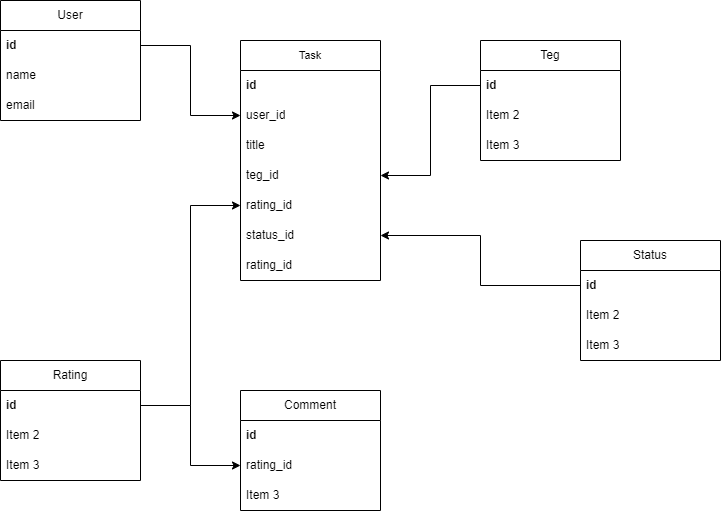
dmitrijgashuk/Task_Manager keeps this draw.io diagram as db_schema.drawio.png. Above is the earlier version. Source tidied: cells renumbered, new cells last; positions are measured from the earlier drawing's top-left corner, leaving out a move shared by most shapes.
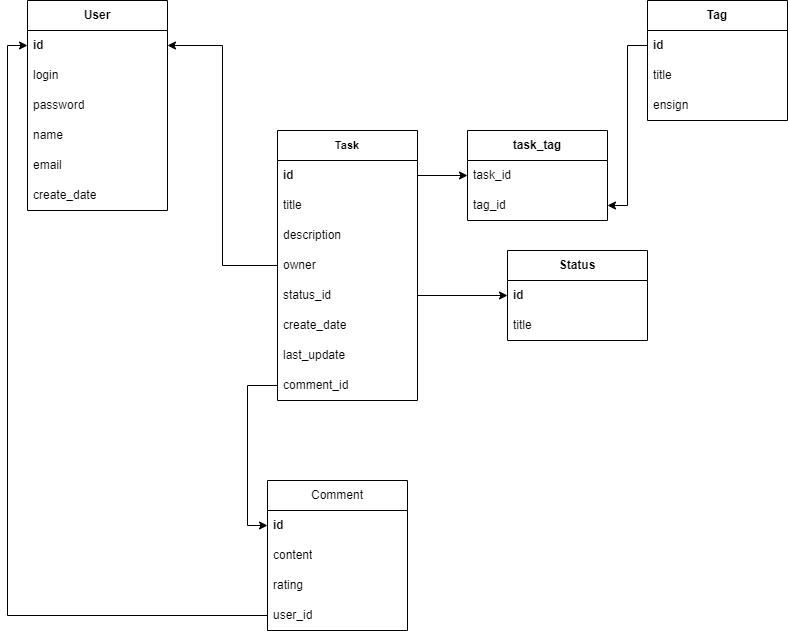
Above is the later version.

Diff of the diagram source:
```diff
@@ -2,104 +2,116 @@
   <root>
     <mxCell id="0" />
     <mxCell id="1" parent="0" />
-    <mxCell id="2" value="User" style="swimlane;fontStyle=0;horizontal=1;startSize=30;whiteSpace=wrap;html=1;" parent="1" vertex="1">
-      <mxGeometry width="140" height="120" as="geometry" />
+    <mxCell id="2" value="User" style="swimlane;fontStyle=1;horizontal=1;startSize=30;whiteSpace=wrap;html=1;" parent="1" vertex="1">
+      <mxGeometry x="-40" y="-40" width="140" height="210" as="geometry" />
     </mxCell>
     <mxCell id="3" value="id" style="text;strokeColor=none;fillColor=none;align=left;verticalAlign=middle;spacingLeft=4;spacingRight=4;overflow=hidden;points=[[0,0.5],[1,0.5]];portConstraint=eastwest;whiteSpace=wrap;html=1;fontStyle=1;" parent="2" vertex="1">
       <mxGeometry y="30" width="140" height="30" as="geometry" />
     </mxCell>
+    <mxCell id="5" value="login" style="text;strokeColor=none;fillColor=none;align=left;verticalAlign=middle;spacingLeft=4;spacingRight=4;overflow=hidden;whiteSpace=wrap;html=1;" parent="2" vertex="1">
+      <mxGeometry y="60" width="140" height="30" as="geometry" />
+    </mxCell>
+    <mxCell id="35" value="password" style="text;strokeColor=none;fillColor=none;align=left;verticalAlign=middle;spacingLeft=4;spacingRight=4;overflow=hidden;whiteSpace=wrap;html=1;" parent="2" vertex="1">
+      <mxGeometry y="90" width="140" height="30" as="geometry" />
+    </mxCell>
     <mxCell id="4" value="name" style="text;strokeColor=none;fillColor=none;align=left;verticalAlign=middle;spacingLeft=4;spacingRight=4;overflow=hidden;whiteSpace=wrap;html=1;" parent="2" vertex="1">
-      <mxGeometry y="60" width="140" height="30" as="geometry" />
+      <mxGeometry y="120" width="140" height="30" as="geometry" />
     </mxCell>
-    <mxCell id="5" value="email" style="text;strokeColor=none;fillColor=none;align=left;verticalAlign=middle;spacingLeft=4;spacingRight=4;overflow=hidden;whiteSpace=wrap;html=1;" parent="2" vertex="1">
-      <mxGeometry y="90" width="140" height="30" as="geometry" />
-    </mxCell>
+    <mxCell id="36" value="email" style="text;strokeColor=none;fillColor=none;align=left;verticalAlign=middle;spacingLeft=4;spacingRight=4;overflow=hidden;whiteSpace=wrap;html=1;" parent="2" vertex="1">
+      <mxGeometry y="150" width="140" height="30" as="geometry" />
+    </mxCell>
+    <mxCell id="37" value="create_date" style="text;strokeColor=none;fillColor=none;align=left;verticalAlign=middle;spacingLeft=4;spacingRight=4;overflow=hidden;whiteSpace=wrap;html=1;" parent="2" vertex="1">
+      <mxGeometry y="180" width="140" height="30" as="geometry" />
+    </mxCell>
-    <mxCell id="6" value="Task" style="swimlane;fontStyle=0;horizontal=1;startSize=30;whiteSpace=wrap;html=1;fontSize=11;" parent="1" vertex="1">
-      <mxGeometry x="240" y="40" width="140" height="240" as="geometry" />
+    <mxCell id="6" value="Task" style="swimlane;fontStyle=1;horizontal=1;startSize=30;whiteSpace=wrap;html=1;fontSize=11;" parent="1" vertex="1">
+      <mxGeometry x="210" y="90" width="140" height="270" as="geometry" />
     </mxCell>
     <mxCell id="7" value="id" style="text;strokeColor=none;fillColor=none;align=left;verticalAlign=middle;spacingLeft=4;spacingRight=4;overflow=hidden;points=[[0,0.5],[1,0.5]];portConstraint=eastwest;whiteSpace=wrap;html=1;fontStyle=1;" parent="6" vertex="1">
       <mxGeometry y="30" width="140" height="30" as="geometry" />
     </mxCell>
-    <mxCell id="8" value="user_id" style="text;strokeColor=none;fillColor=none;align=left;verticalAlign=middle;spacingLeft=4;spacingRight=4;overflow=hidden;points=[[0,0.5],[1,0.5]];portConstraint=eastwest;whiteSpace=wrap;html=1;" parent="6" vertex="1">
-      <mxGeometry y="60" width="140" height="30" as="geometry" />
-    </mxCell>
     <mxCell id="9" value="title" style="text;strokeColor=none;fillColor=none;align=left;verticalAlign=middle;spacingLeft=4;spacingRight=4;overflow=hidden;whiteSpace=wrap;html=1;" parent="6" vertex="1">
-      <mxGeometry y="90" width="140" height="30" as="geometry" />
+      <mxGeometry y="60" width="140" height="30" as="geometry" />
     </mxCell>
-    <mxCell id="10" value="teg_id" style="text;strokeColor=none;fillColor=none;align=left;verticalAlign=middle;spacingLeft=4;spacingRight=4;overflow=hidden;points=[[0,0.5],[1,0.5]];portConstraint=eastwest;whiteSpace=wrap;html=1;" parent="6" vertex="1">
-      <mxGeometry y="120" width="140" height="30" as="geometry" />
-    </mxCell>
+    <mxCell id="38" value="description" style="text;strokeColor=none;fillColor=none;align=left;verticalAlign=middle;spacingLeft=4;spacingRight=4;overflow=hidden;whiteSpace=wrap;html=1;" parent="6" vertex="1">
+      <mxGeometry y="90" width="140" height="30" as="geometry" />
+    </mxCell>
-    <mxCell id="11" value="rating_id" style="text;strokeColor=none;fillColor=none;align=left;verticalAlign=middle;spacingLeft=4;spacingRight=4;overflow=hidden;points=[[0,0.5],[1,0.5]];portConstraint=eastwest;whiteSpace=wrap;html=1;" parent="6" vertex="1">
-      <mxGeometry y="150" width="140" height="30" as="geometry" />
+    <mxCell id="11" value="owner" style="text;strokeColor=none;fillColor=none;align=left;verticalAlign=middle;spacingLeft=4;spacingRight=4;overflow=hidden;points=[[0,0.5],[1,0.5]];portConstraint=eastwest;whiteSpace=wrap;html=1;" parent="6" vertex="1">
+      <mxGeometry y="120" width="140" height="30" as="geometry" />
     </mxCell>
     <mxCell id="12" value="status_id" style="text;strokeColor=none;fillColor=none;align=left;verticalAlign=middle;spacingLeft=4;spacingRight=4;overflow=hidden;points=[[0,0.5],[1,0.5]];portConstraint=eastwest;whiteSpace=wrap;html=1;" parent="6" vertex="1">
-      <mxGeometry y="180" width="140" height="30" as="geometry" />
+      <mxGeometry y="150" width="140" height="30" as="geometry" />
     </mxCell>
-    <mxCell id="13" value="rating_id" style="text;strokeColor=none;fillColor=none;align=left;verticalAlign=middle;spacingLeft=4;spacingRight=4;overflow=hidden;whiteSpace=wrap;html=1;" parent="6" vertex="1">
-      <mxGeometry y="210" width="140" height="30" as="geometry" />
-    </mxCell>
+    <mxCell id="10" value="create_date" style="text;strokeColor=none;fillColor=none;align=left;verticalAlign=middle;spacingLeft=4;spacingRight=4;overflow=hidden;points=[[0,0.5],[1,0.5]];portConstraint=eastwest;whiteSpace=wrap;html=1;" parent="6" vertex="1">
+      <mxGeometry y="180" width="140" height="30" as="geometry" />
+    </mxCell>
+    <mxCell id="39" value="last_update" style="text;strokeColor=none;fillColor=none;align=left;verticalAlign=middle;spacingLeft=4;spacingRight=4;overflow=hidden;whiteSpace=wrap;html=1;" parent="6" vertex="1">
+      <mxGeometry y="210" width="140" height="30" as="geometry" />
+    </mxCell>
+    <mxCell id="40" value="comment_id" style="text;strokeColor=none;fillColor=none;align=left;verticalAlign=middle;spacingLeft=4;spacingRight=4;overflow=hidden;points=[[0,0.5],[1,0.5]];portConstraint=eastwest;whiteSpace=wrap;html=1;" parent="6" vertex="1">
+      <mxGeometry y="240" width="140" height="30" as="geometry" />
+    </mxCell>
     <mxCell id="14" value="Comment" style="swimlane;fontStyle=0;horizontal=1;startSize=30;whiteSpace=wrap;html=1;" parent="1" vertex="1">
-      <mxGeometry x="240" y="390" width="140" height="120" as="geometry" />
+      <mxGeometry x="200" y="440" width="140" height="150" as="geometry" />
     </mxCell>
     <mxCell id="15" value="id" style="text;strokeColor=none;fillColor=none;align=left;verticalAlign=middle;spacingLeft=4;spacingRight=4;overflow=hidden;points=[[0,0.5],[1,0.5]];portConstraint=eastwest;whiteSpace=wrap;html=1;fontStyle=1;" parent="14" vertex="1">
       <mxGeometry y="30" width="140" height="30" as="geometry" />
     </mxCell>
-    <mxCell id="16" value="rating_id" style="text;strokeColor=none;fillColor=none;align=left;verticalAlign=middle;spacingLeft=4;spacingRight=4;overflow=hidden;points=[[0,0.5],[1,0.5]];portConstraint=eastwest;whiteSpace=wrap;html=1;" parent="14" vertex="1">
-      <mxGeometry y="60" width="140" height="30" as="geometry" />
-    </mxCell>
+    <mxCell id="41" value="content" style="text;strokeColor=none;fillColor=none;align=left;verticalAlign=middle;spacingLeft=4;spacingRight=4;overflow=hidden;whiteSpace=wrap;html=1;" parent="14" vertex="1">
+      <mxGeometry y="60" width="140" height="30" as="geometry" />
+    </mxCell>
-    <mxCell id="17" value="Item 3" style="text;strokeColor=none;fillColor=none;align=left;verticalAlign=middle;spacingLeft=4;spacingRight=4;overflow=hidden;whiteSpace=wrap;html=1;" parent="14" vertex="1">
+    <mxCell id="17" value="rating" style="text;strokeColor=none;fillColor=none;align=left;verticalAlign=middle;spacingLeft=4;spacingRight=4;overflow=hidden;whiteSpace=wrap;html=1;" parent="14" vertex="1">
       <mxGeometry y="90" width="140" height="30" as="geometry" />
     </mxCell>
+    <mxCell id="8" value="user_id" style="text;strokeColor=none;fillColor=none;align=left;verticalAlign=middle;spacingLeft=4;spacingRight=4;overflow=hidden;points=[[0,0.5],[1,0.5]];portConstraint=eastwest;whiteSpace=wrap;html=1;" parent="14" vertex="1">
+      <mxGeometry y="120" width="140" height="30" as="geometry" />
+    </mxCell>
-    <mxCell id="18" value="Teg" style="swimlane;fontStyle=0;horizontal=1;startSize=30;whiteSpace=wrap;html=1;" parent="1" vertex="1">
-      <mxGeometry x="480" y="40" width="140" height="120" as="geometry" />
+    <mxCell id="18" value="Tag" style="swimlane;fontStyle=1;horizontal=1;startSize=30;whiteSpace=wrap;html=1;" parent="1" vertex="1">
+      <mxGeometry x="580" y="-40" width="140" height="120" as="geometry" />
     </mxCell>
     <mxCell id="19" value="id" style="text;strokeColor=none;fillColor=none;align=left;verticalAlign=middle;spacingLeft=4;spacingRight=4;overflow=hidden;points=[[0,0.5],[1,0.5]];portConstraint=eastwest;whiteSpace=wrap;html=1;fontStyle=1;" parent="18" vertex="1">
       <mxGeometry y="30" width="140" height="30" as="geometry" />
     </mxCell>
-    <mxCell id="20" value="Item 2" style="text;strokeColor=none;fillColor=none;align=left;verticalAlign=middle;spacingLeft=4;spacingRight=4;overflow=hidden;whiteSpace=wrap;html=1;" parent="18" vertex="1">
+    <mxCell id="20" value="title" style="text;strokeColor=none;fillColor=none;align=left;verticalAlign=middle;spacingLeft=4;spacingRight=4;overflow=hidden;whiteSpace=wrap;html=1;" parent="18" vertex="1">
       <mxGeometry y="60" width="140" height="30" as="geometry" />
     </mxCell>
-    <mxCell id="21" value="Item 3" style="text;strokeColor=none;fillColor=none;align=left;verticalAlign=middle;spacingLeft=4;spacingRight=4;overflow=hidden;whiteSpace=wrap;html=1;" parent="18" vertex="1">
+    <mxCell id="21" value="ensign" style="text;strokeColor=none;fillColor=none;align=left;verticalAlign=middle;spacingLeft=4;spacingRight=4;overflow=hidden;whiteSpace=wrap;html=1;" parent="18" vertex="1">
       <mxGeometry y="90" width="140" height="30" as="geometry" />
     </mxCell>
-    <mxCell id="22" value="Rating" style="swimlane;fontStyle=0;horizontal=1;startSize=30;whiteSpace=wrap;html=1;" parent="1" vertex="1">
-      <mxGeometry y="360" width="140" height="120" as="geometry" />
-    </mxCell>
-    <mxCell id="23" value="id" style="text;strokeColor=none;fillColor=none;align=left;verticalAlign=middle;spacingLeft=4;spacingRight=4;overflow=hidden;points=[[0,0.5],[1,0.5]];portConstraint=eastwest;whiteSpace=wrap;html=1;fontStyle=1;" parent="22" vertex="1">
-      <mxGeometry y="30" width="140" height="30" as="geometry" />
-    </mxCell>
-    <mxCell id="24" value="Item 2" style="text;strokeColor=none;fillColor=none;align=left;verticalAlign=middle;spacingLeft=4;spacingRight=4;overflow=hidden;whiteSpace=wrap;html=1;" parent="22" vertex="1">
-      <mxGeometry y="60" width="140" height="30" as="geometry" />
-    </mxCell>
-    <mxCell id="25" value="Item 3" style="text;strokeColor=none;fillColor=none;align=left;verticalAlign=middle;spacingLeft=4;spacingRight=4;overflow=hidden;whiteSpace=wrap;html=1;" parent="22" vertex="1">
-      <mxGeometry y="90" width="140" height="30" as="geometry" />
-    </mxCell>
-    <mxCell id="26" value="Status" style="swimlane;fontStyle=0;horizontal=1;startSize=30;whiteSpace=wrap;html=1;" parent="1" vertex="1">
-      <mxGeometry x="580" y="240" width="140" height="120" as="geometry" />
+    <mxCell id="26" value="Status" style="swimlane;fontStyle=1;horizontal=1;startSize=30;whiteSpace=wrap;html=1;" parent="1" vertex="1">
+      <mxGeometry x="440" y="210" width="140" height="90" as="geometry" />
     </mxCell>
     <mxCell id="27" value="id" style="text;strokeColor=none;fillColor=none;align=left;verticalAlign=middle;spacingLeft=4;spacingRight=4;overflow=hidden;points=[[0,0.5],[1,0.5]];portConstraint=eastwest;whiteSpace=wrap;html=1;fontStyle=1;" parent="26" vertex="1">
       <mxGeometry y="30" width="140" height="30" as="geometry" />
     </mxCell>
-    <mxCell id="28" value="Item 2" style="text;strokeColor=none;fillColor=none;align=left;verticalAlign=middle;spacingLeft=4;spacingRight=4;overflow=hidden;whiteSpace=wrap;html=1;" parent="26" vertex="1">
+    <mxCell id="28" value="title" style="text;strokeColor=none;fillColor=none;align=left;verticalAlign=middle;spacingLeft=4;spacingRight=4;overflow=hidden;whiteSpace=wrap;html=1;" parent="26" vertex="1">
       <mxGeometry y="60" width="140" height="30" as="geometry" />
     </mxCell>
-    <mxCell id="29" value="Item 3" style="text;strokeColor=none;fillColor=none;align=left;verticalAlign=middle;spacingLeft=4;spacingRight=4;overflow=hidden;whiteSpace=wrap;html=1;" parent="26" vertex="1">
-      <mxGeometry y="90" width="140" height="30" as="geometry" />
-    </mxCell>
-    <mxCell id="30" style="edgeStyle=orthogonalEdgeStyle;rounded=0;jettySize=auto;html=1;exitX=1;exitY=0.5;exitDx=0;exitDy=0;entryX=0;entryY=0.5;entryDx=0;entryDy=0;" parent="1" edge="1" source="23" target="11">
-      <mxGeometry relative="1" as="geometry" />
-    </mxCell>
-    <mxCell id="31" style="edgeStyle=orthogonalEdgeStyle;rounded=0;jettySize=auto;html=1;entryX=0;entryY=0.5;entryDx=0;entryDy=0;" parent="1" edge="1" source="23" target="16">
-      <mxGeometry relative="1" as="geometry" />
-    </mxCell>
-    <mxCell id="32" style="edgeStyle=orthogonalEdgeStyle;rounded=0;jettySize=auto;html=1;fontSize=12;entryX=0;entryY=0.5;entryDx=0;entryDy=0;" parent="1" edge="1" source="3" target="8">
-      <mxGeometry relative="1" as="geometry" />
-    </mxCell>
-    <mxCell id="33" style="edgeStyle=orthogonalEdgeStyle;rounded=0;jettySize=auto;html=1;entryX=1;entryY=0.5;entryDx=0;entryDy=0;fontSize=12;" parent="1" edge="1" source="19" target="10">
-      <mxGeometry relative="1" as="geometry" />
-    </mxCell>
-    <mxCell id="34" style="edgeStyle=orthogonalEdgeStyle;rounded=0;jettySize=auto;html=1;entryX=1;entryY=0.5;entryDx=0;entryDy=0;fontSize=12;" parent="1" edge="1" source="27" target="12">
-      <mxGeometry relative="1" as="geometry" />
-    </mxCell>
+    <mxCell id="42" style="edgeStyle=orthogonalEdgeStyle;rounded=0;jettySize=auto;html=1;entryX=0;entryY=0.5;entryDx=0;entryDy=0;fontSize=12;" parent="1" edge="1" source="12" target="27">
+      <mxGeometry relative="1" as="geometry" />
+    </mxCell>
+    <mxCell id="43" value="task_tag" style="swimlane;fontStyle=1;horizontal=1;startSize=30;whiteSpace=wrap;html=1;fontSize=12;" parent="1" vertex="1">
+      <mxGeometry x="400" y="90" width="140" height="90" as="geometry" />
+    </mxCell>
+    <mxCell id="44" value="task_id" style="text;strokeColor=none;fillColor=none;align=left;verticalAlign=middle;spacingLeft=4;spacingRight=4;overflow=hidden;points=[[0,0.5],[1,0.5]];portConstraint=eastwest;whiteSpace=wrap;html=1;fontSize=12;" parent="43" vertex="1">
+      <mxGeometry y="30" width="140" height="30" as="geometry" />
+    </mxCell>
+    <mxCell id="45" value="tag_id" style="text;strokeColor=none;fillColor=none;align=left;verticalAlign=middle;spacingLeft=4;spacingRight=4;overflow=hidden;points=[[0,0.5],[1,0.5]];portConstraint=eastwest;whiteSpace=wrap;html=1;fontSize=12;" parent="43" vertex="1">
+      <mxGeometry y="60" width="140" height="30" as="geometry" />
+    </mxCell>
+    <mxCell id="46" style="edgeStyle=orthogonalEdgeStyle;rounded=0;jettySize=auto;html=1;entryX=1;entryY=0.5;entryDx=0;entryDy=0;fontSize=12;" parent="1" edge="1" source="19" target="45">
+      <mxGeometry relative="1" as="geometry" />
+    </mxCell>
+    <mxCell id="47" style="edgeStyle=orthogonalEdgeStyle;rounded=0;jettySize=auto;html=1;entryX=0;entryY=0.5;entryDx=0;entryDy=0;fontSize=12;" parent="1" edge="1" source="7" target="44">
+      <mxGeometry relative="1" as="geometry" />
+    </mxCell>
+    <mxCell id="48" style="edgeStyle=orthogonalEdgeStyle;rounded=0;jettySize=auto;html=1;entryX=0;entryY=0.5;entryDx=0;entryDy=0;fontSize=12;" parent="1" edge="1" source="8" target="3">
+      <mxGeometry relative="1" as="geometry" />
+    </mxCell>
+    <mxCell id="49" style="edgeStyle=orthogonalEdgeStyle;rounded=0;jettySize=auto;html=1;entryX=1;entryY=0.5;entryDx=0;entryDy=0;fontSize=12;" parent="1" edge="1" source="11" target="3">
+      <mxGeometry relative="1" as="geometry" />
+    </mxCell>
+    <mxCell id="50" style="edgeStyle=orthogonalEdgeStyle;rounded=0;jettySize=auto;html=1;fontSize=12;entryX=0;entryY=0.5;entryDx=0;entryDy=0;" parent="1" edge="1" source="40" target="15">
+      <mxGeometry relative="1" as="geometry" />
+    </mxCell>
   </root>
 </mxGraphModel>
```
